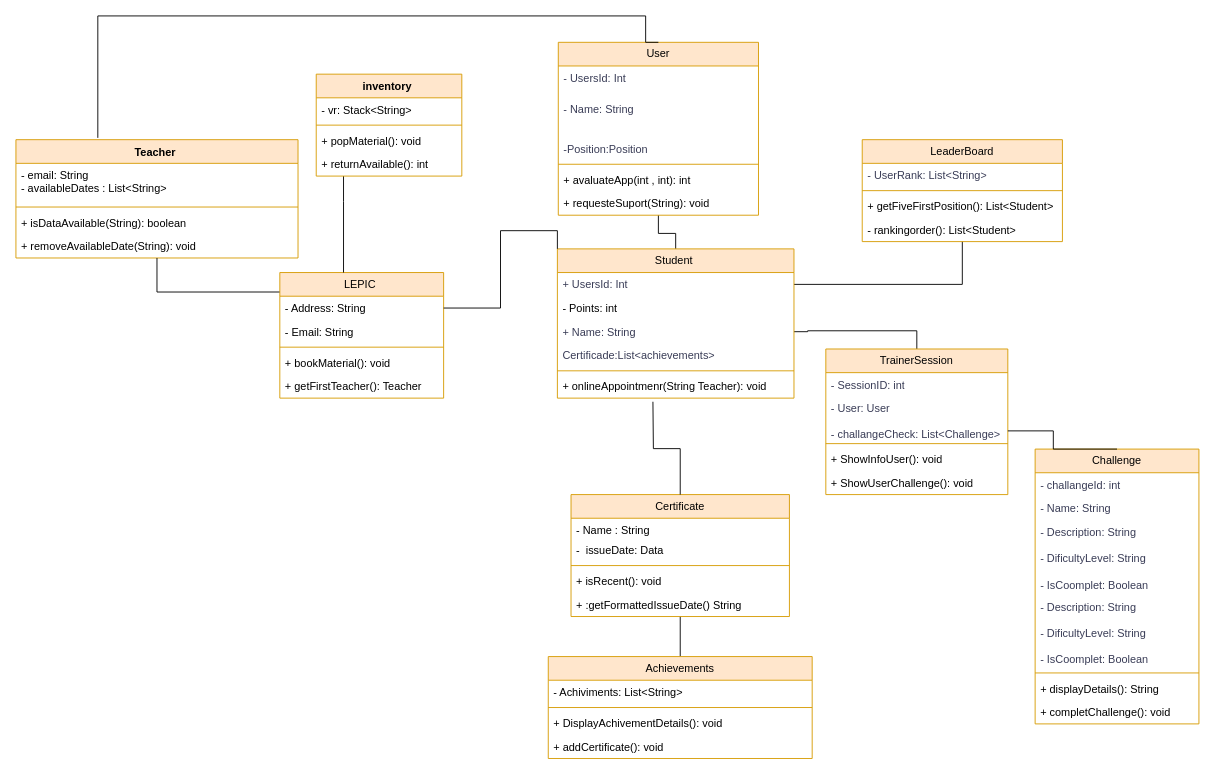
The draw.io diagram src/Model/doc/UML_fiap.drawio in DevCodeMathias/Fiap_challange-2024, before the edit. Source tidied: cells renumbered, new cells numbered last; positions are measured from the earlier drawing's top-left corner, leaving out a move shared by most shapes. Both pictures are drawn from the tidied source at 91%, with x=0, y=0 at pixel (15, 15).
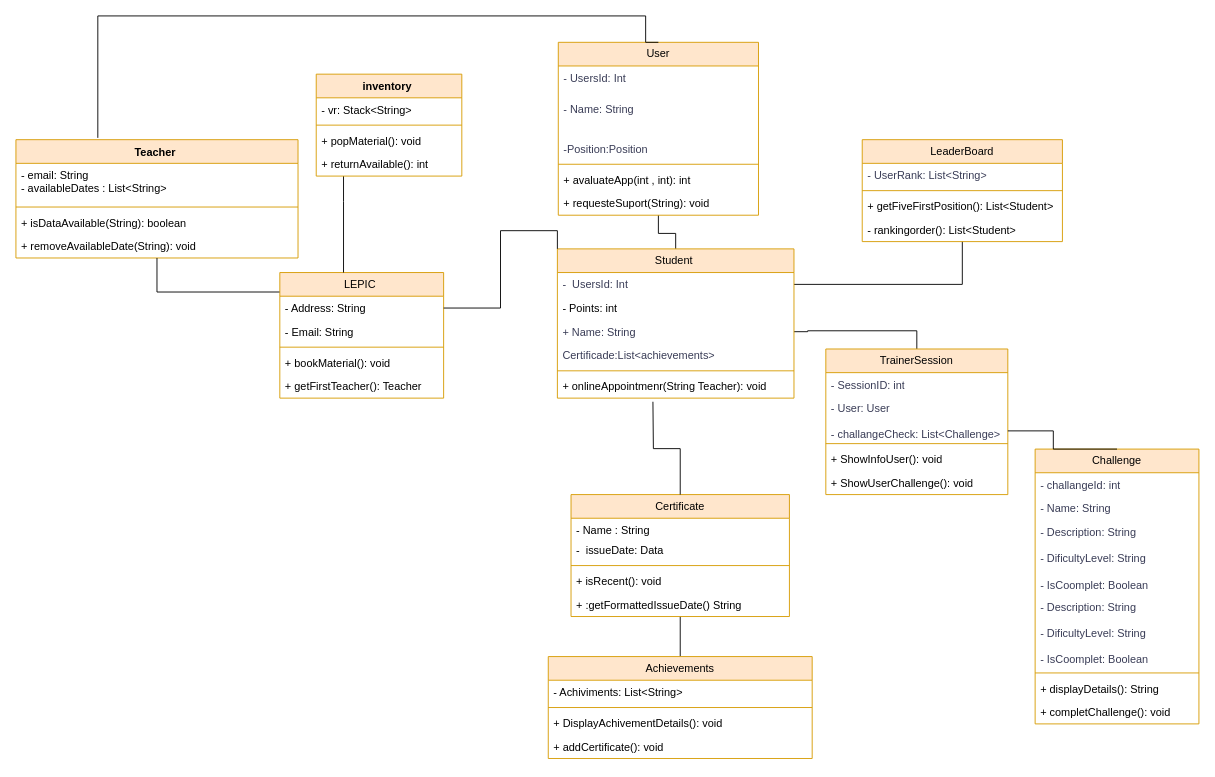
The same diagram, later.

The change refers to these unchanged cells:
```xml
<mxCell id="45" value="Student&amp;nbsp;" style="swimlane;fontStyle=0;horizontal=1;startSize=26;fillColor=#ffe6cc;whiteSpace=wrap;html=1;strokeColor=#d79b00;" parent="1" vertex="1">
  <mxGeometry x="595" y="256" width="260" height="164" as="geometry" />
</mxCell>
```

What changed in the source:
```diff
@@
-    <mxCell id="46" value="+ UsersId: Int" style="text;strokeColor=none;fillColor=none;align=left;verticalAlign=top;spacingLeft=4;spacingRight=4;overflow=hidden;points=[[0,0.5],[1,0.5]];portConstraint=eastwest;whiteSpace=wrap;html=1;labelBackgroundColor=none;fontColor=#393C56;" parent="45" vertex="1">
+    <mxCell id="46" value="-&amp;nbsp; UsersId: Int" style="text;strokeColor=none;fillColor=none;align=left;verticalAlign=top;spacingLeft=4;spacingRight=4;overflow=hidden;points=[[0,0.5],[1,0.5]];portConstraint=eastwest;whiteSpace=wrap;html=1;labelBackgroundColor=none;fontColor=#393C56;" parent="45" vertex="1">
       <mxGeometry y="26" width="260" height="26" as="geometry" />
     </mxCell>
```
